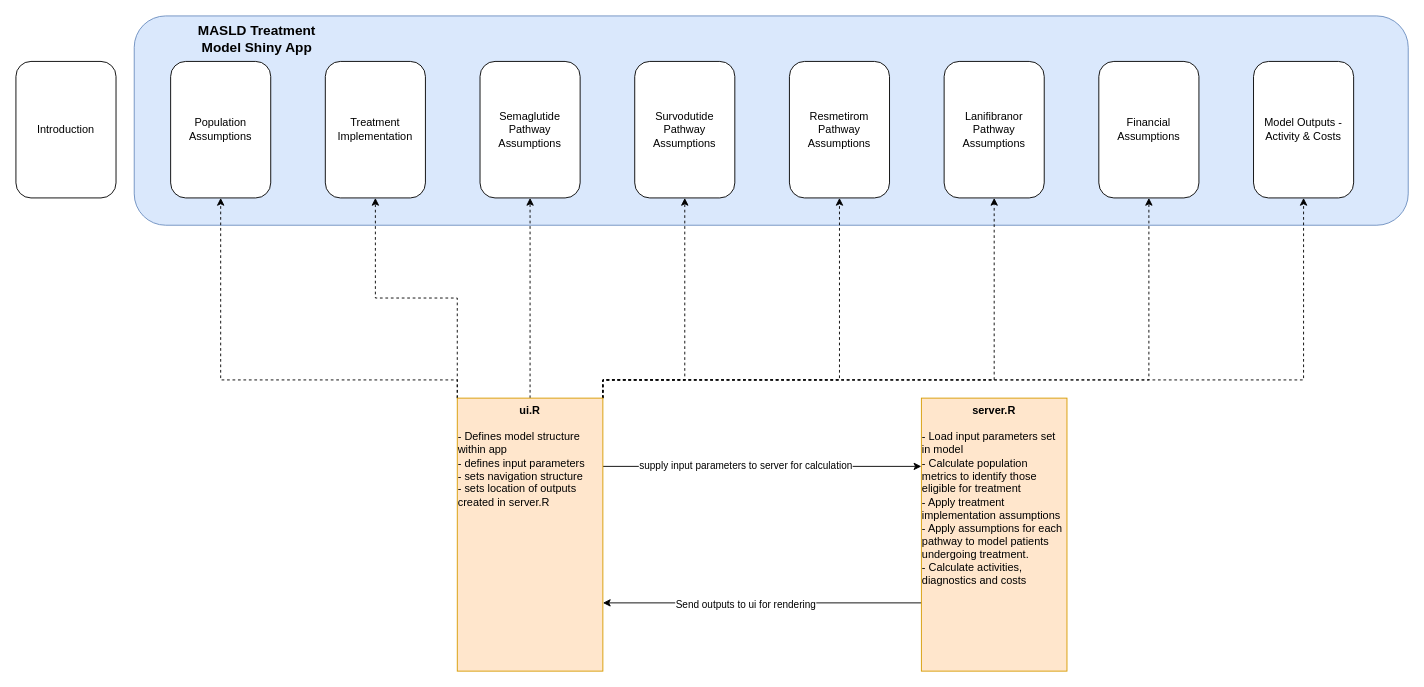
NHS-Transformation-Unit/masld_treatments_model keeps this draw.io diagram as documentation/guidance/images/masld_guidance.drawio. Above is the earlier version. Source tidied: cells renumbered, new cells numbered last; positions are measured from the earlier drawing's top-left corner, leaving out a move shared by most shapes. Both pictures are drawn from the tidied source at 91%, with x=0, y=0 at pixel (15, 15).
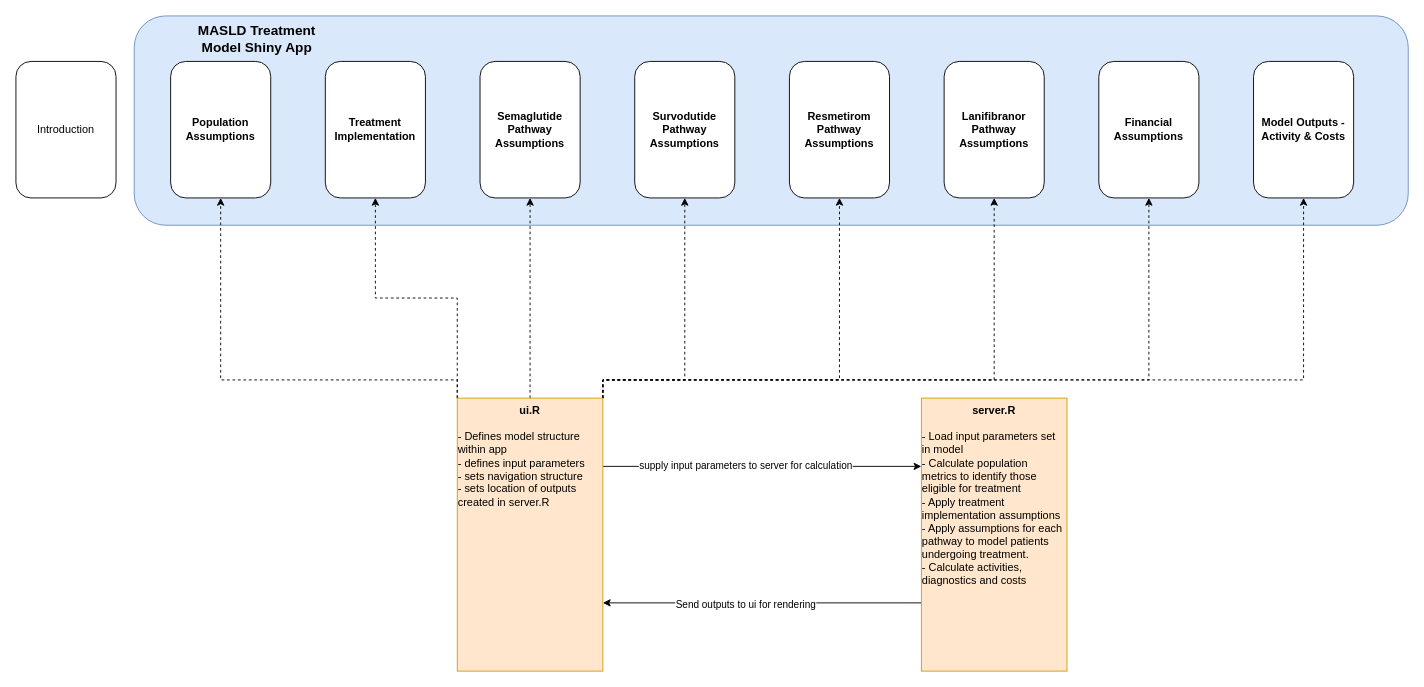
Above is the later version.

The edit, as a diff of the source:
```diff
@@
-    <mxCell id="15" value="Population Assumptions" style="rounded=1;whiteSpace=wrap;html=1;" parent="1" vertex="1">
+    <mxCell id="15" value="Population Assumptions" style="rounded=1;whiteSpace=wrap;html=1;fontStyle=1;" parent="1" vertex="1">
       <mxGeometry x="170" y="50" width="110" height="150" as="geometry" />
     </mxCell>
-    <mxCell id="16" value="Treatment Implementation" style="rounded=1;whiteSpace=wrap;html=1;" parent="1" vertex="1">
+    <mxCell id="16" value="Treatment Implementation" style="rounded=1;whiteSpace=wrap;html=1;fontStyle=1;" parent="1" vertex="1">
       <mxGeometry x="340" y="50" width="110" height="150" as="geometry" />
     </mxCell>
-    <mxCell id="17" value="Semaglutide Pathway Assumptions" style="rounded=1;whiteSpace=wrap;html=1;" parent="1" vertex="1">
+    <mxCell id="17" value="Semaglutide Pathway Assumptions" style="rounded=1;whiteSpace=wrap;html=1;fontStyle=1;" parent="1" vertex="1">
       <mxGeometry x="510" y="50" width="110" height="150" as="geometry" />
     </mxCell>
-    <mxCell id="18" value="Survodutide Pathway Assumptions" style="rounded=1;whiteSpace=wrap;html=1;" parent="1" vertex="1">
+    <mxCell id="18" value="Survodutide Pathway Assumptions" style="rounded=1;whiteSpace=wrap;html=1;fontStyle=1;" parent="1" vertex="1">
       <mxGeometry x="680" y="50" width="110" height="150" as="geometry" />
     </mxCell>
-    <mxCell id="19" value="Resmetirom Pathway Assumptions" style="rounded=1;whiteSpace=wrap;html=1;" parent="1" vertex="1">
+    <mxCell id="19" value="Resmetirom Pathway Assumptions" style="rounded=1;whiteSpace=wrap;html=1;fontStyle=1;" parent="1" vertex="1">
       <mxGeometry x="850" y="50" width="110" height="150" as="geometry" />
     </mxCell>
-    <mxCell id="20" value="Lanifibranor Pathway Assumptions" style="rounded=1;whiteSpace=wrap;html=1;" parent="1" vertex="1">
+    <mxCell id="20" value="Lanifibranor Pathway Assumptions" style="rounded=1;whiteSpace=wrap;html=1;fontStyle=1;" parent="1" vertex="1">
       <mxGeometry x="1020" y="50" width="110" height="150" as="geometry" />
     </mxCell>
-    <mxCell id="21" value="Financial Assumptions" style="rounded=1;whiteSpace=wrap;html=1;" parent="1" vertex="1">
+    <mxCell id="21" value="Financial Assumptions" style="rounded=1;whiteSpace=wrap;html=1;fontStyle=1;" parent="1" vertex="1">
       <mxGeometry x="1190" y="50" width="110" height="150" as="geometry" />
     </mxCell>
-    <mxCell id="22" value="Model Outputs - Activity &amp;amp; Costs" style="rounded=1;whiteSpace=wrap;html=1;" parent="1" vertex="1">
+    <mxCell id="22" value="Model Outputs - Activity &amp;amp; Costs" style="rounded=1;whiteSpace=wrap;html=1;fontStyle=1;" parent="1" vertex="1">
       <mxGeometry x="1360" y="50" width="110" height="150" as="geometry" />
     </mxCell>
```
